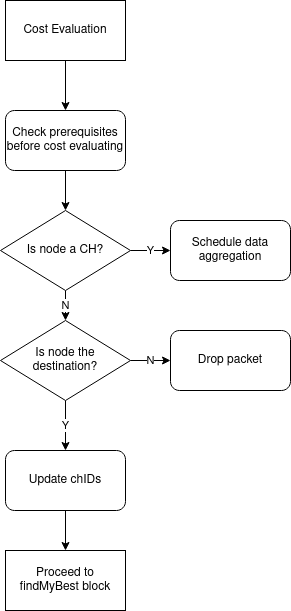
The draw.io diagram Flowchart/EER-RL-Hardware-Block-Flowcharts-CostEval-simple.drawio.png in kendeloslado/EER-RL-HM, before a commit. Source tidied: cells renumbered, new cells last; positions are measured from the earlier drawing's top-left corner, leaving out a move shared by most shapes. Its diagram source:
```xml
<mxGraphModel>
  <root>
    <mxCell id="0" />
    <mxCell id="1" parent="0" />
    <mxCell id="2" style="edgeStyle=orthogonalEdgeStyle;rounded=0;jettySize=auto;html=1;" parent="1" edge="1" source="3" target="5">
      <mxGeometry relative="1" as="geometry" />
    </mxCell>
    <mxCell id="3" value="Cost Evaluation" style="rounded=0;whiteSpace=wrap;html=1;" parent="1" vertex="1">
      <mxGeometry x="5" width="120" height="60" as="geometry" />
    </mxCell>
    <mxCell id="4" style="edgeStyle=orthogonalEdgeStyle;rounded=0;jettySize=auto;html=1;entryX=0.5;entryY=0;entryDx=0;entryDy=0;" parent="1" edge="1" source="5" target="8">
      <mxGeometry relative="1" as="geometry" />
    </mxCell>
    <mxCell id="5" value="Check prerequisites before cost evaluating" style="rounded=1;whiteSpace=wrap;html=1;" parent="1" vertex="1">
      <mxGeometry x="5" y="110" width="120" height="60" as="geometry" />
    </mxCell>
    <mxCell id="6" value="N" style="edgeStyle=orthogonalEdgeStyle;rounded=0;jettySize=auto;html=1;" parent="1" edge="1" source="8" target="11">
      <mxGeometry relative="1" as="geometry" />
    </mxCell>
    <mxCell id="7" value="Y" style="edgeStyle=orthogonalEdgeStyle;rounded=0;jettySize=auto;html=1;" parent="1" edge="1" source="8" target="12">
      <mxGeometry relative="1" as="geometry" />
    </mxCell>
    <mxCell id="8" value="Is node a CH?" style="rhombus;whiteSpace=wrap;html=1;" parent="1" vertex="1">
      <mxGeometry y="210" width="130" height="80" as="geometry" />
    </mxCell>
    <mxCell id="9" value="Y" style="edgeStyle=orthogonalEdgeStyle;rounded=0;jettySize=auto;html=1;entryX=0.5;entryY=0;entryDx=0;entryDy=0;" parent="1" edge="1" source="11" target="15">
      <mxGeometry relative="1" as="geometry" />
    </mxCell>
    <mxCell id="10" value="N" style="edgeStyle=orthogonalEdgeStyle;rounded=0;jettySize=auto;html=1;entryX=0;entryY=0.5;entryDx=0;entryDy=0;" parent="1" edge="1" source="11" target="13">
      <mxGeometry relative="1" as="geometry" />
    </mxCell>
    <mxCell id="11" value="&lt;div&gt;Is node the &lt;br&gt;&lt;/div&gt;&lt;div&gt;destination?&lt;br&gt;&lt;/div&gt;" style="rhombus;whiteSpace=wrap;html=1;" parent="1" vertex="1">
      <mxGeometry y="320" width="130" height="80" as="geometry" />
    </mxCell>
    <mxCell id="12" value="Schedule data aggregation" style="rounded=1;whiteSpace=wrap;html=1;" parent="1" vertex="1">
      <mxGeometry x="170" y="220" width="120" height="60" as="geometry" />
    </mxCell>
    <mxCell id="13" value="Drop packet" style="rounded=1;whiteSpace=wrap;html=1;" parent="1" vertex="1">
      <mxGeometry x="170" y="330" width="120" height="60" as="geometry" />
    </mxCell>
    <mxCell id="14" style="edgeStyle=orthogonalEdgeStyle;rounded=0;jettySize=auto;html=1;" parent="1" edge="1" source="15" target="16">
      <mxGeometry relative="1" as="geometry" />
    </mxCell>
    <mxCell id="15" value="Update chIDs" style="rounded=1;whiteSpace=wrap;html=1;" parent="1" vertex="1">
      <mxGeometry x="5" y="450" width="120" height="60" as="geometry" />
    </mxCell>
    <mxCell id="16" value="Proceed to findMyBest block" style="rounded=0;whiteSpace=wrap;html=1;" parent="1" vertex="1">
      <mxGeometry x="5" y="550" width="120" height="60" as="geometry" />
    </mxCell>
  </root>
</mxGraphModel>
```
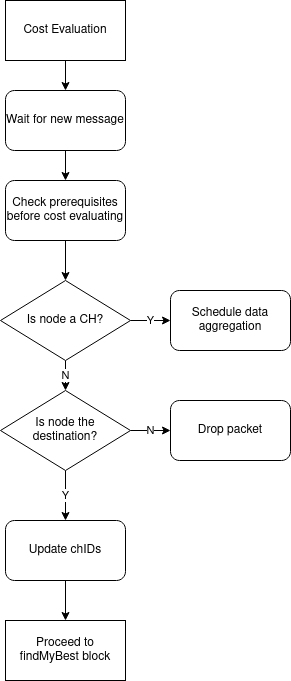
Above is the later version.

The edit, as a diff of the source:
```diff
@@ -2,11 +2,11 @@
   <root>
     <mxCell id="0" />
     <mxCell id="1" parent="0" />
-    <mxCell id="2" style="edgeStyle=orthogonalEdgeStyle;rounded=0;jettySize=auto;html=1;" parent="1" edge="1" source="3" target="5">
+    <mxCell id="2" style="edgeStyle=orthogonalEdgeStyle;rounded=0;jettySize=auto;html=1;entryX=0.5;entryY=0;entryDx=0;entryDy=0;" parent="1" edge="1" source="3" target="18">
       <mxGeometry relative="1" as="geometry" />
     </mxCell>
     <mxCell id="3" value="Cost Evaluation" style="rounded=0;whiteSpace=wrap;html=1;" parent="1" vertex="1">
-      <mxGeometry x="5" width="120" height="60" as="geometry" />
+      <mxGeometry x="5" y="-70" width="120" height="60" as="geometry" />
     </mxCell>
     <mxCell id="4" style="edgeStyle=orthogonalEdgeStyle;rounded=0;jettySize=auto;html=1;entryX=0.5;entryY=0;entryDx=0;entryDy=0;" parent="1" edge="1" source="5" target="8">
       <mxGeometry relative="1" as="geometry" />
@@ -47,5 +47,11 @@
     <mxCell id="16" value="Proceed to findMyBest block" style="rounded=0;whiteSpace=wrap;html=1;" parent="1" vertex="1">
       <mxGeometry x="5" y="550" width="120" height="60" as="geometry" />
     </mxCell>
+    <mxCell id="17" style="edgeStyle=orthogonalEdgeStyle;rounded=0;jettySize=auto;html=1;" parent="1" edge="1" source="18" target="5">
+      <mxGeometry relative="1" as="geometry" />
+    </mxCell>
+    <mxCell id="18" value="Wait for new message" style="rounded=1;whiteSpace=wrap;html=1;" parent="1" vertex="1">
+      <mxGeometry x="5" y="20" width="120" height="60" as="geometry" />
+    </mxCell>
   </root>
 </mxGraphModel>
```
